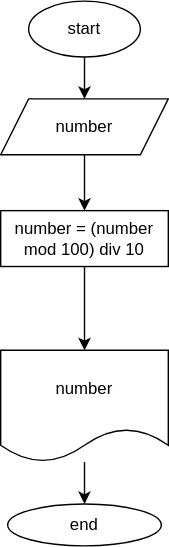
retedominus/TourC keeps this draw.io diagram as TourC#/ex010/ex010.drawio.svg. Above is the earlier version. Source tidied: cells renumbered, new cells last; positions are measured from the earlier drawing's top-left corner, leaving out a move shared by most shapes.
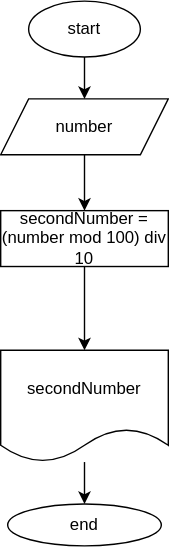
The same file after the commit.

The edit, as a diff of the source:
```diff
@@ -17,13 +17,13 @@
     <mxCell id="6" style="edgeStyle=none;html=1;fontFamily=Verdana;" parent="1" edge="1" source="7" target="9">
       <mxGeometry relative="1" as="geometry" />
     </mxCell>
-    <mxCell id="7" value="number = (number mod 100) div 10" style="whiteSpace=wrap;html=1;" parent="1" vertex="1">
+    <mxCell id="7" value="secondNumber = (number mod 100) div 10" style="whiteSpace=wrap;html=1;" parent="1" vertex="1">
       <mxGeometry y="150" width="120" height="40" as="geometry" />
     </mxCell>
     <mxCell id="8" style="edgeStyle=none;html=1;fontFamily=Verdana;" parent="1" edge="1" source="9" target="10">
       <mxGeometry relative="1" as="geometry" />
     </mxCell>
-    <mxCell id="9" value="number" style="shape=document;whiteSpace=wrap;html=1;boundedLbl=1;" parent="1" vertex="1">
+    <mxCell id="9" value="secondNumber" style="shape=document;whiteSpace=wrap;html=1;boundedLbl=1;" parent="1" vertex="1">
       <mxGeometry y="250" width="120" height="80" as="geometry" />
     </mxCell>
     <mxCell id="10" value="end" style="ellipse;whiteSpace=wrap;html=1;" parent="1" vertex="1">
```
